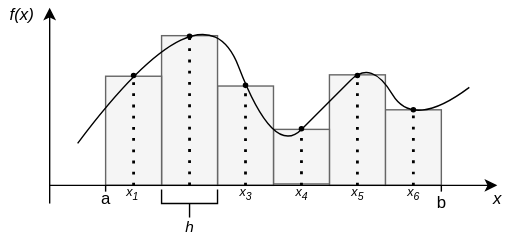
Above: materials/slides/lecture_2_2/figures/midpoint.drawio.svg in PurdueAGEC652/AGEC652_2023 (draw.io), before the change. Source tidied: cells renumbered, new cells last; positions are measured from the earlier drawing's top-left corner, leaving out a move shared by most shapes.
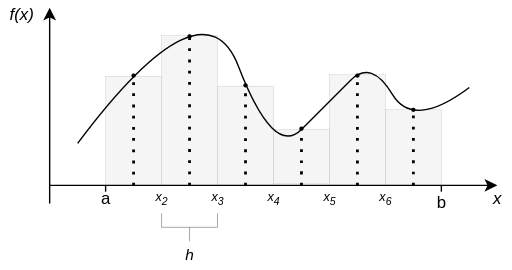
The same file after the commit.

Diff of the diagram source:
```diff
@@ -111,10 +111,10 @@
       <mxGeometry y="18" width="30" height="20" as="geometry" />
     </mxCell>
     <mxCell id="27" style="strokeWidth=0.25;html=1;shape=mxgraph.flowchart.annotation_2;align=left;labelPosition=right;fillColor=#000000;rotation=-90;sketch=0;shadow=0;" parent="1" vertex="1">
-      <mxGeometry x="125" y="143" width="20" height="40" as="geometry" />
+      <mxGeometry x="125" y="160" width="20" height="40" as="geometry" />
     </mxCell>
     <mxCell id="28" value="h" style="text;html=1;align=center;verticalAlign=middle;strokeColor=none;fillColor=none;fontSize=11;fontStyle=2;" parent="1" vertex="1">
-      <mxGeometry x="125" y="170" width="20" height="20" as="geometry" />
+      <mxGeometry x="125" y="190" width="20" height="20" as="geometry" />
     </mxCell>
     <mxCell id="29" style="endArrow=none;html=1;rounded=0;fontSize=11;curved=1;" parent="1" edge="1">
       <mxGeometry relative="1" as="geometry">
@@ -128,20 +128,20 @@
         <mxPoint x="315" y="150" as="targetPoint" />
       </mxGeometry>
     </mxCell>
-    <mxCell id="31" value="x&lt;sub&gt;1&lt;/sub&gt;" style="text;html=1;align=center;verticalAlign=middle;strokeColor=none;fillColor=none;fontStyle=2;fontSize=9;" parent="1" vertex="1">
-      <mxGeometry x="84" y="146" width="20" height="20" as="geometry" />
+    <mxCell id="31" value="x&lt;sub&gt;2&lt;/sub&gt;" style="text;html=1;align=center;verticalAlign=middle;strokeColor=none;fillColor=none;fontStyle=2;fontSize=9;" parent="1" vertex="1">
+      <mxGeometry x="100" y="145" width="30" height="30" as="geometry" />
     </mxCell>
     <mxCell id="32" value="x&lt;sub&gt;3&lt;/sub&gt;" style="text;html=1;align=center;verticalAlign=middle;strokeColor=none;fillColor=none;fontStyle=2;fontSize=9;" parent="1" vertex="1">
-      <mxGeometry x="165" y="146" width="20" height="20" as="geometry" />
+      <mxGeometry x="145" y="150" width="20" height="20" as="geometry" />
     </mxCell>
     <mxCell id="33" value="x&lt;sub&gt;4&lt;/sub&gt;" style="text;html=1;align=center;verticalAlign=middle;strokeColor=none;fillColor=none;fontStyle=2;fontSize=9;" parent="1" vertex="1">
-      <mxGeometry x="205" y="146" width="20" height="20" as="geometry" />
+      <mxGeometry x="185" y="150" width="20" height="20" as="geometry" />
     </mxCell>
     <mxCell id="34" value="x&lt;sub&gt;5&lt;/sub&gt;" style="text;html=1;align=center;verticalAlign=middle;strokeColor=none;fillColor=none;fontStyle=2;fontSize=9;" parent="1" vertex="1">
-      <mxGeometry x="245" y="146" width="20" height="20" as="geometry" />
+      <mxGeometry x="225" y="150" width="20" height="20" as="geometry" />
     </mxCell>
     <mxCell id="35" value="x&lt;sub&gt;6&lt;/sub&gt;" style="text;html=1;align=center;verticalAlign=middle;strokeColor=none;fillColor=none;fontStyle=2;fontSize=9;" parent="1" vertex="1">
-      <mxGeometry x="285" y="146" width="20" height="20" as="geometry" />
+      <mxGeometry x="265" y="150" width="20" height="20" as="geometry" />
     </mxCell>
   </root>
 </mxGraphModel>
```
